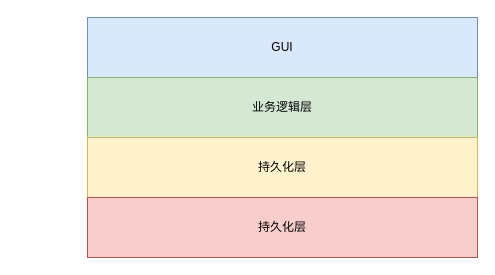
Earlier version of the draw.io diagram FMM架构.drawio (hoho51/collegeManageSys). Source tidied: cells renumbered, new cells numbered last; positions are measured from the earlier drawing's top-left corner, leaving out a move shared by most shapes. Both pictures are drawn from the tidied source at 100%, with x=0, y=0 at pixel (87, 17).
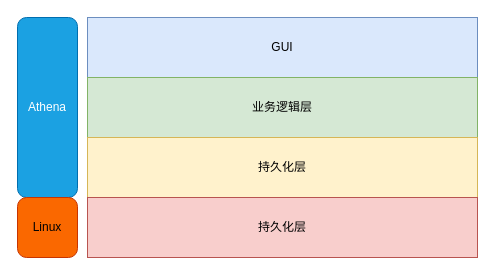
The same diagram, later.

Diff of the diagram source:
```diff
@@
 <mxGraphModel>
   <root>
     <mxCell id="0" />
     <mxCell id="1" parent="0" />
     <mxCell id="2" value="GUI" style="rounded=0;whiteSpace=wrap;html=1;fillColor=#dae8fc;strokeColor=#6c8ebf;" parent="1" vertex="1">
       <mxGeometry width="390" height="60" as="geometry" />
     </mxCell>
     <mxCell id="3" value="业务逻辑层" style="rounded=0;whiteSpace=wrap;html=1;fillColor=#d5e8d4;strokeColor=#82b366;" parent="1" vertex="1">
       <mxGeometry y="60" width="390" height="60" as="geometry" />
     </mxCell>
     <mxCell id="4" value="持久化层" style="rounded=0;whiteSpace=wrap;html=1;fillColor=#fff2cc;strokeColor=#d6b656;" parent="1" vertex="1">
       <mxGeometry y="120" width="390" height="60" as="geometry" />
     </mxCell>
     <mxCell id="5" value="持久化层" style="rounded=0;whiteSpace=wrap;html=1;fillColor=#f8cecc;strokeColor=#b85450;" parent="1" vertex="1">
       <mxGeometry y="180" width="390" height="60" as="geometry" />
     </mxCell>
+    <mxCell id="6" value="Athena" style="rounded=1;whiteSpace=wrap;html=1;fillColor=#1ba1e2;fontColor=#ffffff;strokeColor=#006EAF;" parent="1" vertex="1">
+      <mxGeometry x="-70" width="60" height="180" as="geometry" />
+    </mxCell>
+    <mxCell id="7" value="Linux" style="rounded=1;whiteSpace=wrap;html=1;fillColor=#fa6800;fontColor=#000000;strokeColor=#C73500;" parent="1" vertex="1">
+      <mxGeometry x="-70" y="180" width="60" height="60" as="geometry" />
+    </mxCell>
   </root>
 </mxGraphModel>
```
